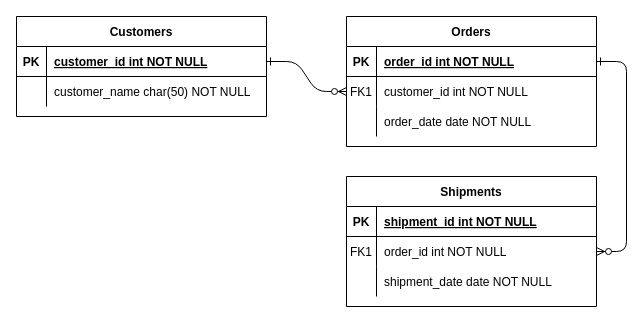
Above: Untitled Diagram.drawio in JoanMurugi/Draw.io (draw.io), before the change. Source tidied: cells renumbered, new cells numbered last; positions are measured from the earlier drawing's top-left corner, leaving out a move shared by most shapes. Both pictures are drawn from the tidied source at 100%, with x=0, y=0 at pixel (16, 16).
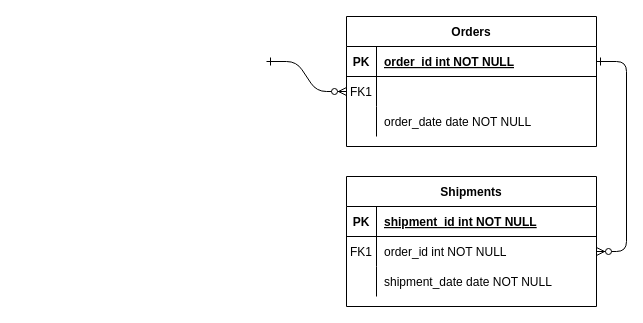
The same page after the edit.

The change refers to these unchanged cells:
```xml
<mxCell id="8" style="shape=partialRectangle;fillColor=none;points=[[0,0.5],[1,0.5]];portConstraint=eastwest;top=0;left=0;right=0;bottom=0;" parent="4" vertex="1">
  <mxGeometry y="60" width="250" height="30" as="geometry" />
</mxCell>
```

The edit, as a diff of the source:
```diff
@@
-    <mxCell id="2" style="edgeStyle=entityRelationEdgeStyle;endArrow=ERzeroToMany;startArrow=ERone;endFill=1;startFill=0;" parent="1" edge="1" source="25" target="8">
-      <mxGeometry relative="1" as="geometry" />
+    <mxCell id="2" style="edgeStyle=entityRelationEdgeStyle;endArrow=ERzeroToMany;startArrow=ERone;endFill=1;startFill=0;" parent="1" edge="1" target="8">
+      <mxGeometry relative="1" as="geometry">
+        <mxPoint x="250" y="45" as="sourcePoint" />
+      </mxGeometry>
     </mxCell>
@@
-    <mxCell id="10" value="customer_id int NOT NULL" style="shape=partialRectangle;overflow=hidden;fillColor=none;top=0;left=0;bottom=0;right=0;align=left;spacingLeft=6;" parent="8" vertex="1">
+    <mxCell id="10" style="shape=partialRectangle;overflow=hidden;fillColor=none;top=0;left=0;bottom=0;right=0;align=left;spacingLeft=6;" parent="8" vertex="1">
       <mxGeometry x="30" width="220" height="30" as="geometry" />
     </mxCell>
@@
-    <mxCell id="24" value="Customers" style="shape=table;startSize=30;childLayout=tableLayout;rowLines=0;fontStyle=1;align=center;" parent="1" vertex="1">
-      <mxGeometry width="250" height="100" as="geometry" />
-    </mxCell>
-    <mxCell id="25" style="shape=partialRectangle;fillColor=none;points=[[0,0.5],[1,0.5]];portConstraint=eastwest;top=0;left=0;right=0;bottom=1;" parent="24" vertex="1">
-      <mxGeometry y="30" width="250" height="30" as="geometry" />
-    </mxCell>
-    <mxCell id="26" value="PK" style="shape=partialRectangle;overflow=hidden;fillColor=none;top=0;left=0;bottom=0;right=0;fontStyle=1;" parent="25" vertex="1">
-      <mxGeometry width="30" height="30" as="geometry" />
-    </mxCell>
-    <mxCell id="27" value="customer_id int NOT NULL " style="shape=partialRectangle;overflow=hidden;fillColor=none;top=0;left=0;bottom=0;right=0;align=left;spacingLeft=6;fontStyle=5;" parent="25" vertex="1">
-      <mxGeometry x="30" width="220" height="30" as="geometry" />
-    </mxCell>
-    <mxCell id="28" style="shape=partialRectangle;fillColor=none;top=0;left=0;right=0;bottom=0;" parent="24" vertex="1">
-      <mxGeometry y="60" width="250" height="30" as="geometry" />
-    </mxCell>
-    <mxCell id="29" style="shape=partialRectangle;overflow=hidden;fillColor=none;top=0;left=0;bottom=0;right=0;" parent="28" vertex="1">
-      <mxGeometry width="30" height="30" as="geometry" />
-    </mxCell>
-    <mxCell id="30" value="customer_name char(50) NOT NULL" style="shape=partialRectangle;overflow=hidden;fillColor=none;top=0;left=0;bottom=0;right=0;align=left;spacingLeft=6;" parent="28" vertex="1">
-      <mxGeometry x="30" width="220" height="30" as="geometry" />
-    </mxCell>
```
